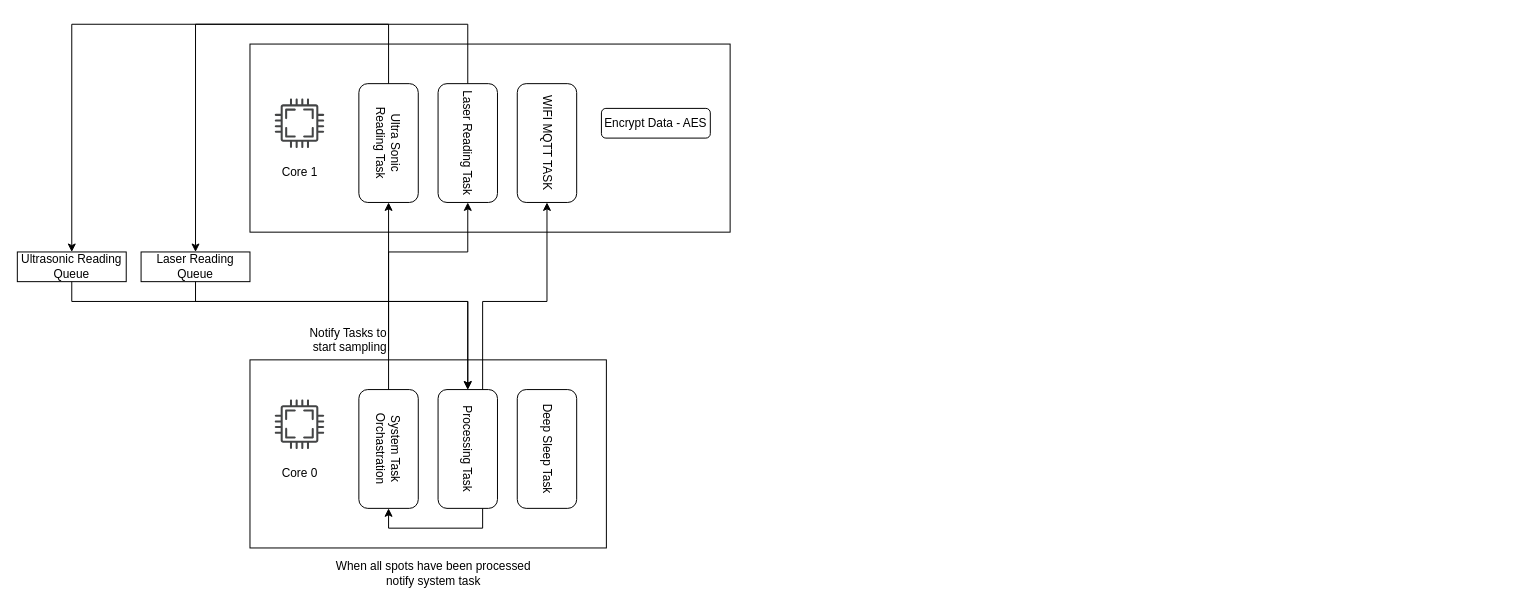
Above: Datasheets/arch flow.drawio in najeh-halawani/IoT-Smart-Parking-System (draw.io), before the change. Source tidied: cells renumbered, new cells numbered last; positions are measured from the earlier drawing's top-left corner, leaving out a move shared by most shapes. Both pictures are drawn from the tidied source at 99%, with x=0, y=0 at pixel (17, 24).
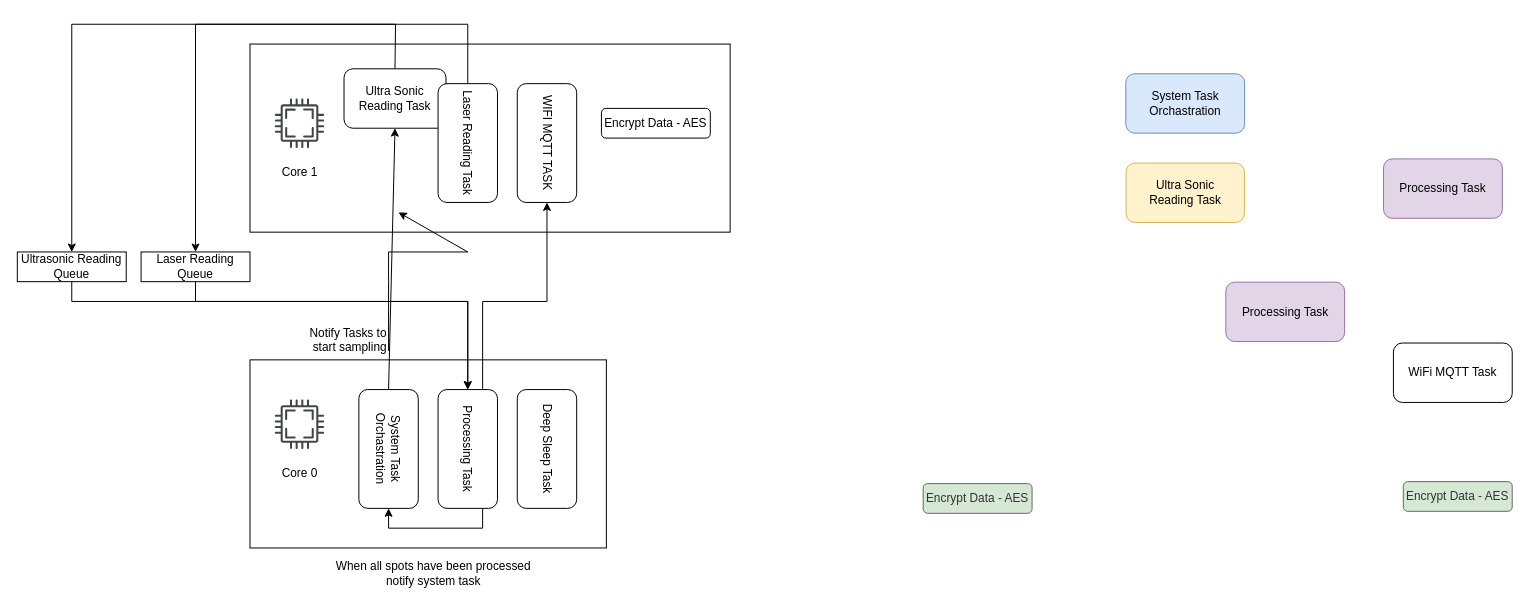
The same diagram, later.

The change refers to these unchanged cells:
```xml
<mxCell id="9" value="Laser Reading Task" style="rounded=1;whiteSpace=wrap;html=1;rotation=90;" parent="1" vertex="1">
  <mxGeometry x="395" y="90" width="120" height="60" as="geometry" />
</mxCell>
<mxCell id="11" value="System Task Orchastration" style="rounded=1;whiteSpace=wrap;html=1;rotation=90;" parent="1" vertex="1">
  <mxGeometry x="315" y="399" width="120" height="60" as="geometry" />
</mxCell>
<mxCell id="13" value="Processing Task" style="rounded=1;whiteSpace=wrap;html=1;rotation=90;" parent="1" vertex="1">
  <mxGeometry x="395" y="399" width="120" height="60" as="geometry" />
</mxCell>
<mxCell id="19" value="Ultrasonic Reading Queue" style="rounded=0;whiteSpace=wrap;html=1;" parent="1" vertex="1">
  <mxGeometry y="230" width="110" height="30" as="geometry" />
</mxCell>
```

Diff of the diagram source:
```diff
@@
-    <mxCell id="8" value="Ultra Sonic &lt;br&gt;Reading Task" style="rounded=1;whiteSpace=wrap;html=1;rotation=90;" parent="1" vertex="1">
-      <mxGeometry x="315" y="90" width="120" height="60" as="geometry" />
+    <mxCell id="8" value="Ultra Sonic &lt;br&gt;Reading Task" style="rounded=1;whiteSpace=wrap;html=1;rotation=90;direction=north;textDirection=ltr;horizontal=0;" parent="1" vertex="1">
+      <mxGeometry x="351.5" y="23.5" width="60" height="103" as="geometry" />
     </mxCell>
@@
-    <mxCell id="15" style="endArrow=classic;html=1;rounded=0;exitX=0;exitY=0.5;exitDx=0;exitDy=0;entryX=1;entryY=0.5;entryDx=0;entryDy=0;" parent="1" edge="1" source="11" target="8">
+    <mxCell id="15" style="endArrow=classic;html=1;rounded=0;exitX=0;exitY=0.5;exitDx=0;exitDy=0;entryX=0.5;entryY=1;entryDx=0;entryDy=0;" parent="1" edge="1" source="11" target="8">
       <mxGeometry relative="1" as="geometry" />
     </mxCell>
-    <mxCell id="16" style="endArrow=classic;html=1;rounded=0;entryX=1;entryY=0.5;entryDx=0;entryDy=0;" parent="1" edge="1" target="9">
-      <mxGeometry relative="1" as="geometry">
-        <mxPoint x="375" y="330" as="sourcePoint" />
-        <Array as="points">
-          <mxPoint x="375" y="260" />
-          <mxPoint x="375" y="230" />
-          <mxPoint x="455" y="230" />
-        </Array>
-      </mxGeometry>
-    </mxCell>
@@
-    <mxCell id="18" value="Laser Reading Queue" style="rounded=0;whiteSpace=wrap;html=1;" parent="1" vertex="1">
-      <mxGeometry x="125" y="230" width="110" height="30" as="geometry" />
-    </mxCell>
@@
-    <mxCell id="21" style="endArrow=classic;html=1;rounded=0;exitX=0.5;exitY=1;exitDx=0;exitDy=0;entryX=0;entryY=0.5;entryDx=0;entryDy=0;" parent="1" edge="1" source="18" target="13">
+    <mxCell id="21" style="endArrow=classic;html=1;rounded=0;exitX=0.5;exitY=1;exitDx=0;exitDy=0;entryX=0;entryY=0.5;entryDx=0;entryDy=0;" parent="1" edge="1" target="13">
       <mxGeometry relative="1" as="geometry">
+        <mxPoint x="180" y="260" as="sourcePoint" />
         <Array as="points">
           <mxPoint x="180" y="280" />
           <mxPoint x="455" y="280" />
         </Array>
       </mxGeometry>
     </mxCell>
@@
-    <mxCell id="23" style="endArrow=classic;html=1;rounded=0;exitX=0;exitY=0.5;exitDx=0;exitDy=0;entryX=0.5;entryY=0;entryDx=0;entryDy=0;" parent="1" edge="1" source="8" target="19">
+    <mxCell id="23" style="endArrow=classic;html=1;rounded=0;exitX=0.5;exitY=0;exitDx=0;exitDy=0;entryX=0.5;entryY=0;entryDx=0;entryDy=0;" parent="1" edge="1" source="8" target="19">
       <mxGeometry relative="1" as="geometry">
         <Array as="points">
-          <mxPoint x="375" />
+          <mxPoint x="382" />
           <mxPoint x="55" />
         </Array>
       </mxGeometry>
     </mxCell>
-    <mxCell id="24" style="endArrow=classic;html=1;rounded=0;exitX=0;exitY=0.5;exitDx=0;exitDy=0;entryX=0.5;entryY=0;entryDx=0;entryDy=0;" parent="1" edge="1" source="9" target="18">
+    <mxCell id="24" style="endArrow=classic;html=1;rounded=0;exitX=0;exitY=0.5;exitDx=0;exitDy=0;entryX=0.5;entryY=0;entryDx=0;entryDy=0;" parent="1" edge="1" source="9">
       <mxGeometry relative="1" as="geometry">
+        <mxPoint x="180" y="230" as="targetPoint" />
         <Array as="points">
           <mxPoint x="455" />
           <mxPoint x="180" />
         </Array>
       </mxGeometry>
     </mxCell>
@@
+    <mxCell id="27" value="System Task Orchastration" style="rounded=1;whiteSpace=wrap;html=1;rotation=90;direction=north;horizontal=0;fillColor=#dae8fc;strokeColor=#6c8ebf;" parent="1" vertex="1">
+      <mxGeometry x="1149.7" y="20" width="60" height="120" as="geometry" />
+    </mxCell>
+    <mxCell id="16" style="endArrow=classic;html=1;rounded=0;entryX=1;entryY=0.5;entryDx=0;entryDy=0;" parent="1" edge="1">
+      <mxGeometry relative="1" as="geometry">
+        <mxPoint x="375" y="330" as="sourcePoint" />
+        <mxPoint x="385" y="190" as="targetPoint" />
+        <Array as="points">
+          <mxPoint x="375" y="260" />
+          <mxPoint x="375" y="230" />
+          <mxPoint x="455" y="230" />
+        </Array>
+      </mxGeometry>
+    </mxCell>
+    <mxCell id="28" value="Ultra Sonic &lt;br&gt;Reading Task" style="rounded=1;whiteSpace=wrap;html=1;rotation=90;direction=north;textDirection=ltr;horizontal=0;fillColor=#fff2cc;strokeColor=#d6b656;" parent="1" vertex="1">
+      <mxGeometry x="1149.7" y="110.5" width="60" height="119.5" as="geometry" />
+    </mxCell>
+    <mxCell id="29" value="Processing Task" style="rounded=1;whiteSpace=wrap;html=1;rotation=90;direction=south;horizontal=0;fillColor=#e1d5e7;strokeColor=#9673a6;" parent="1" vertex="1">
+      <mxGeometry x="1250.7" y="230.5" width="60" height="120" as="geometry" />
+    </mxCell>
+    <mxCell id="18" value="Laser Reading Queue" style="rounded=0;whiteSpace=wrap;html=1;" parent="1" vertex="1">
+      <mxGeometry x="125" y="230" width="110" height="30" as="geometry" />
+    </mxCell>
+    <mxCell id="30" value="Encrypt Data - AES" style="rounded=1;whiteSpace=wrap;html=1;strokeColor=#666666;fontColor=#333333;fillColor=#D5E8D4;" parent="1" vertex="1">
+      <mxGeometry x="1400" y="462" width="110" height="30" as="geometry" />
+    </mxCell>
+    <mxCell id="31" value="Processing Task" style="rounded=1;whiteSpace=wrap;html=1;rotation=90;direction=south;horizontal=0;fillColor=#e1d5e7;strokeColor=#9673a6;" parent="1" vertex="1">
+      <mxGeometry x="1410" y="106" width="60" height="120" as="geometry" />
+    </mxCell>
+    <mxCell id="32" value="WiFi MQTT Task" style="rounded=1;whiteSpace=wrap;html=1;rotation=90;direction=south;horizontal=0;" parent="1" vertex="1">
+      <mxGeometry x="1420" y="292" width="60" height="120" as="geometry" />
+    </mxCell>
+    <mxCell id="33" value="Encrypt Data - AES" style="rounded=1;whiteSpace=wrap;html=1;strokeColor=#666666;fontColor=#333333;fillColor=#D5E8D4;" parent="1" vertex="1">
+      <mxGeometry x="915" y="464" width="110" height="30" as="geometry" />
+    </mxCell>
```
